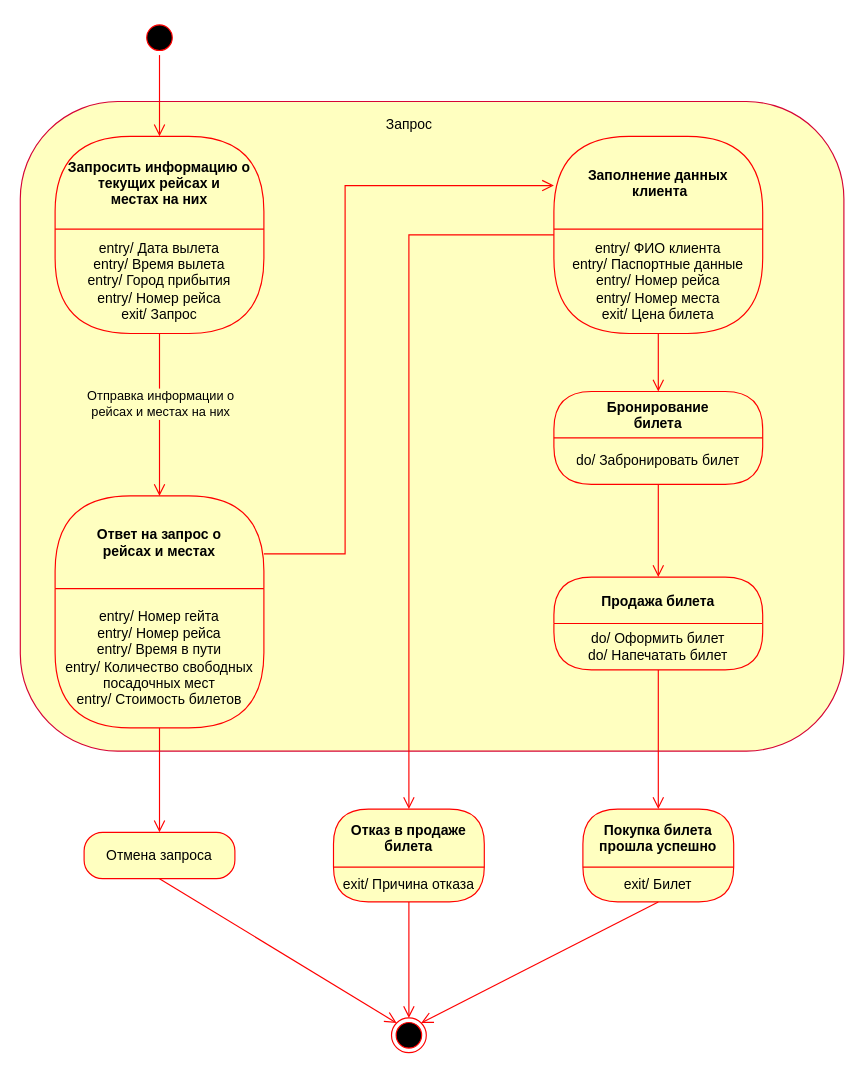
Rattokun/ModelRep keeps this draw.io diagram as page "Бд 4(не готово)" (16 of 21) of IKBO-11-20_Kuzin.drawio. Above is the earlier version. Source tidied: cells renumbered, new cells numbered last; positions are measured from the earlier drawing's top-left corner, leaving out a move shared by most shapes. Both pictures are drawn from the tidied source at 116%, with x=0, y=0 at pixel (20, 20).
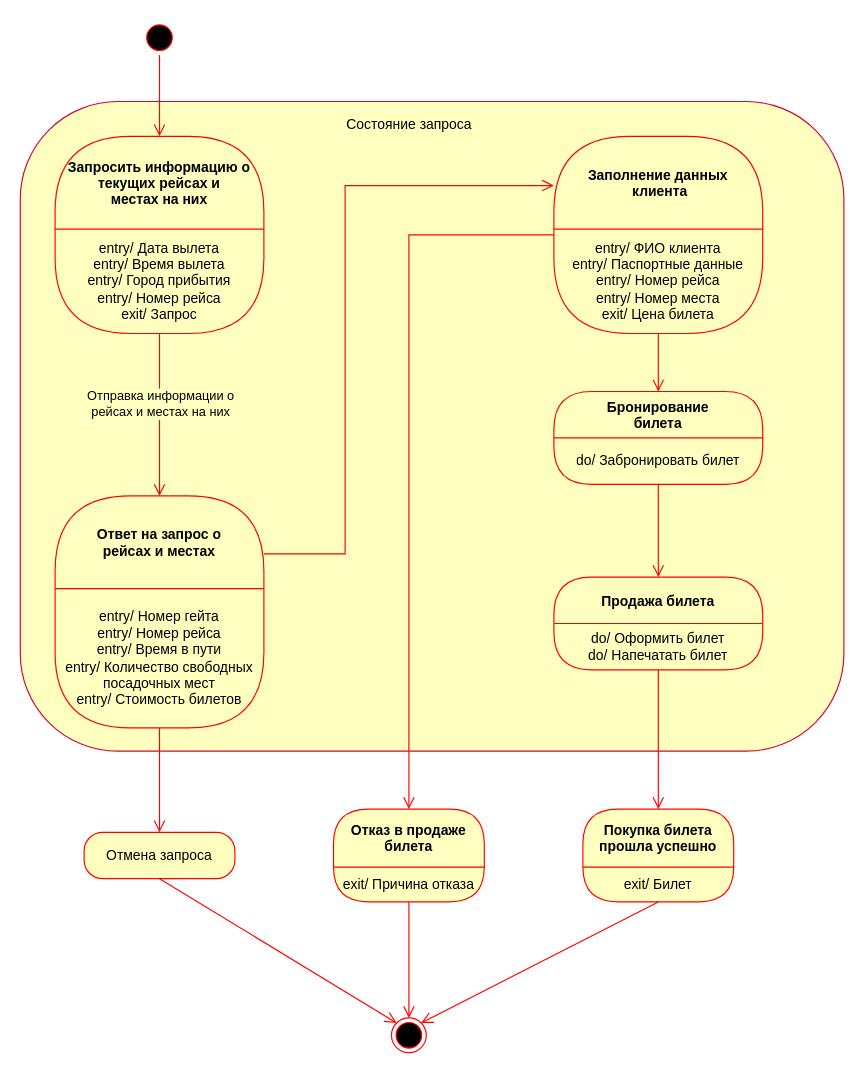
The same diagram, later.

What changed in the source:
```diff
@@
-    <mxCell id="32" value="Запрос" style="text;html=1;align=center;verticalAlign=middle;strokeColor=none;fillColor=none;fontSize=12;fontColor=default;" parent="1" vertex="1">
-      <mxGeometry x="305" y="80" width="60" height="20" as="geometry" />
+    <mxCell id="32" value="Состояние запроса" style="text;html=1;align=center;verticalAlign=middle;strokeColor=none;fillColor=none;fontSize=12;fontColor=default;" parent="1" vertex="1">
+      <mxGeometry x="275" y="80" width="120" height="20" as="geometry" />
     </mxCell>
```
